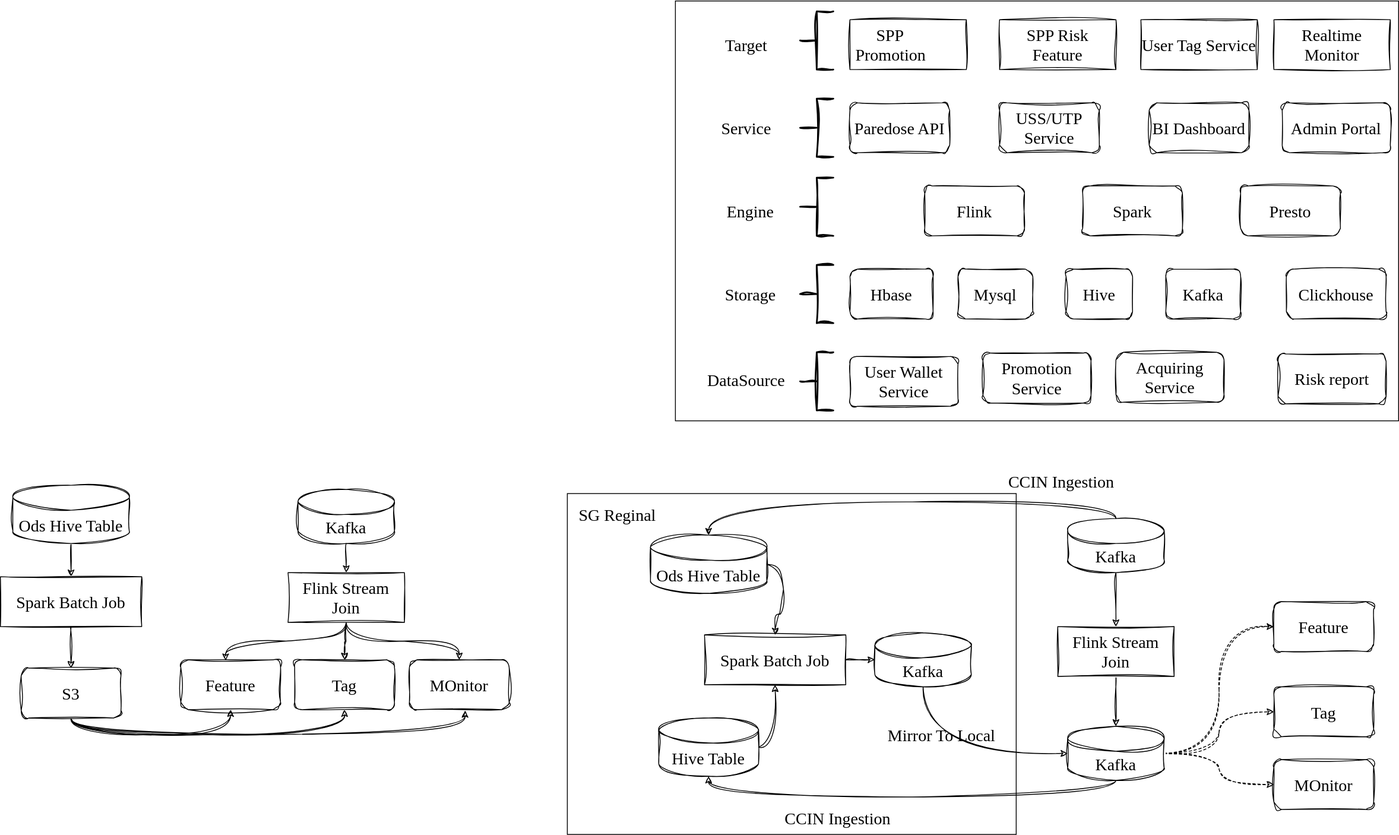
Before: 答辩准备1.drawio.svg, a diagram exported from draw.io (LadyTao/flink-learning). Source tidied: cells renumbered, new cells last; positions are measured from the earlier drawing's top-left corner, leaving out a move shared by most shapes.
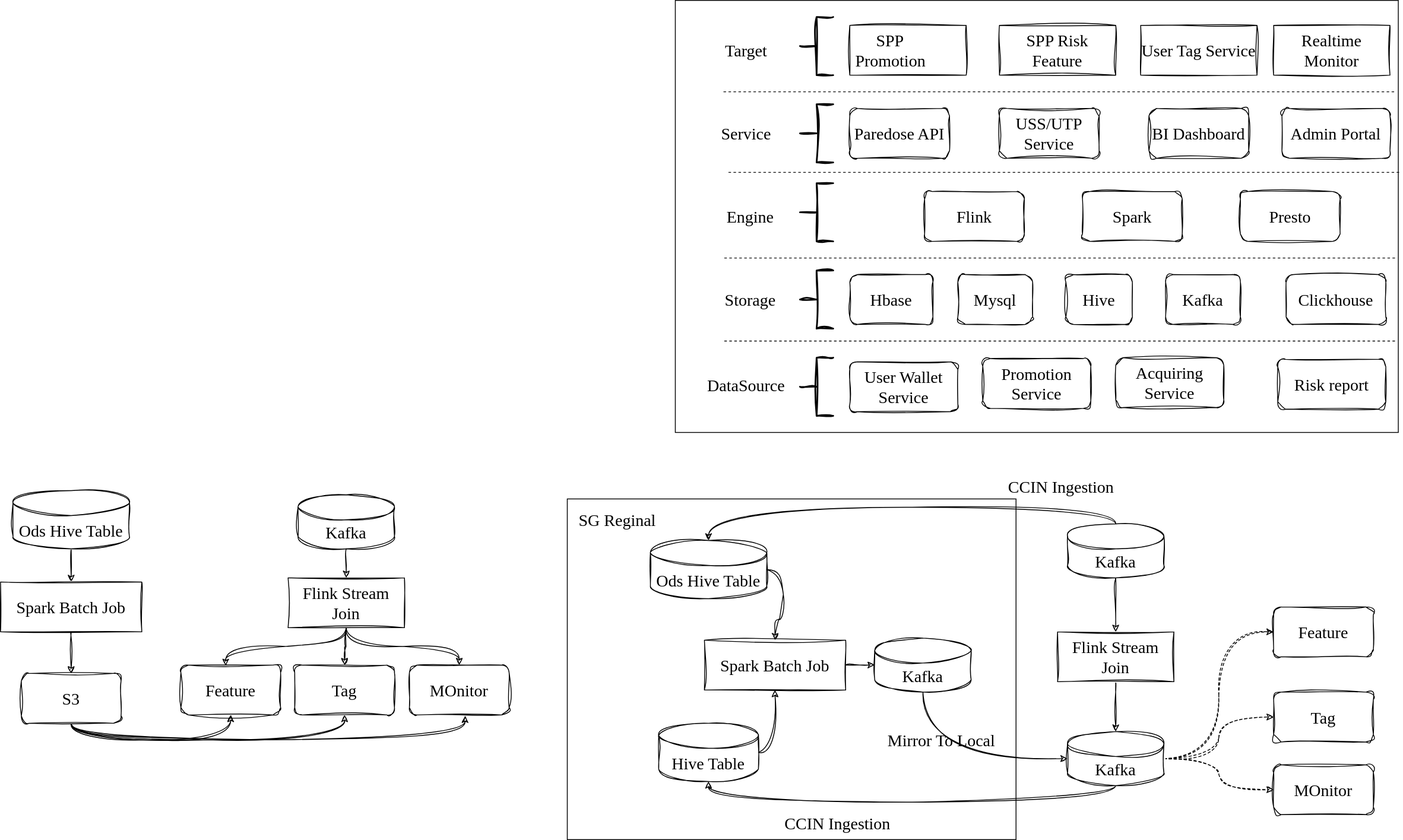
The same file after the commit.

Commit message:
更新答辩准备1.drawio.svg

Change to the diagram source:
```diff
@@ -2,9 +2,9 @@
   <root>
     <mxCell id="0" />
     <mxCell id="1" parent="0" />
-    <mxCell id="2" style="rounded=0;whiteSpace=wrap;html=1;hachureGap=4;fontFamily=Architects Daughter;fontSource=https%3A%2F%2Ffonts.googleapis.com%2Fcss%3Ffamily%3DArchitects%2BDaughter;fontSize=20;" parent="1" vertex="1">
-      <mxGeometry x="812" y="-0.5" width="870" height="505" as="geometry" />
-    </mxCell>
+    <mxCell id="81" style="rounded=0;whiteSpace=wrap;html=1;hachureGap=4;fontFamily=Architects Daughter;fontSource=https%3A%2F%2Ffonts.googleapis.com%2Fcss%3Ffamily%3DArchitects%2BDaughter;fontSize=20;" parent="1" vertex="1">
+      <mxGeometry x="812" y="-8" width="870" height="520" as="geometry" />
+    </mxCell>
     <mxCell id="3" style="rounded=0;whiteSpace=wrap;html=1;hachureGap=4;fontFamily=Architects Daughter;fontSource=https%3A%2F%2Ffonts.googleapis.com%2Fcss%3Ffamily%3DArchitects%2BDaughter;fontSize=20;" parent="1" vertex="1">
       <mxGeometry x="682" y="592" width="540" height="410" as="geometry" />
     </mxCell>
@@ -239,5 +239,29 @@
     <mxCell id="80" value="S3" style="rounded=1;whiteSpace=wrap;html=1;sketch=1;hachureGap=4;jiggle=2;curveFitting=1;fontFamily=Architects Daughter;fontSource=https%3A%2F%2Ffonts.googleapis.com%2Fcss%3Ffamily%3DArchitects%2BDaughter;fontSize=20;" parent="1" vertex="1">
       <mxGeometry x="25" y="802" width="120" height="60" as="geometry" />
     </mxCell>
+    <mxCell id="82" style="endArrow=none;dashed=1;html=1;rounded=0;hachureGap=4;fontFamily=Architects Daughter;fontSource=https%3A%2F%2Ffonts.googleapis.com%2Fcss%3Ffamily%3DArchitects%2BDaughter;fontSize=16;" parent="1" edge="1">
+      <mxGeometry relative="1" as="geometry">
+        <mxPoint x="870" y="102" as="sourcePoint" />
+        <mxPoint x="1680" y="102" as="targetPoint" />
+      </mxGeometry>
+    </mxCell>
+    <mxCell id="83" style="endArrow=none;dashed=1;html=1;rounded=0;hachureGap=4;fontFamily=Architects Daughter;fontSource=https%3A%2F%2Ffonts.googleapis.com%2Fcss%3Ffamily%3DArchitects%2BDaughter;fontSize=16;" parent="1" edge="1">
+      <mxGeometry relative="1" as="geometry">
+        <mxPoint x="876" y="199" as="sourcePoint" />
+        <mxPoint x="1686" y="199" as="targetPoint" />
+      </mxGeometry>
+    </mxCell>
+    <mxCell id="84" style="endArrow=none;dashed=1;html=1;rounded=0;hachureGap=4;fontFamily=Architects Daughter;fontSource=https%3A%2F%2Ffonts.googleapis.com%2Fcss%3Ffamily%3DArchitects%2BDaughter;fontSize=16;" parent="1" edge="1">
+      <mxGeometry relative="1" as="geometry">
+        <mxPoint x="871" y="402" as="sourcePoint" />
+        <mxPoint x="1681" y="402" as="targetPoint" />
+      </mxGeometry>
+    </mxCell>
+    <mxCell id="85" style="endArrow=none;dashed=1;html=1;rounded=0;hachureGap=4;fontFamily=Architects Daughter;fontSource=https%3A%2F%2Ffonts.googleapis.com%2Fcss%3Ffamily%3DArchitects%2BDaughter;fontSize=16;" parent="1" edge="1">
+      <mxGeometry relative="1" as="geometry">
+        <mxPoint x="871" y="302" as="sourcePoint" />
+        <mxPoint x="1681" y="302" as="targetPoint" />
+      </mxGeometry>
+    </mxCell>
   </root>
 </mxGraphModel>
```
